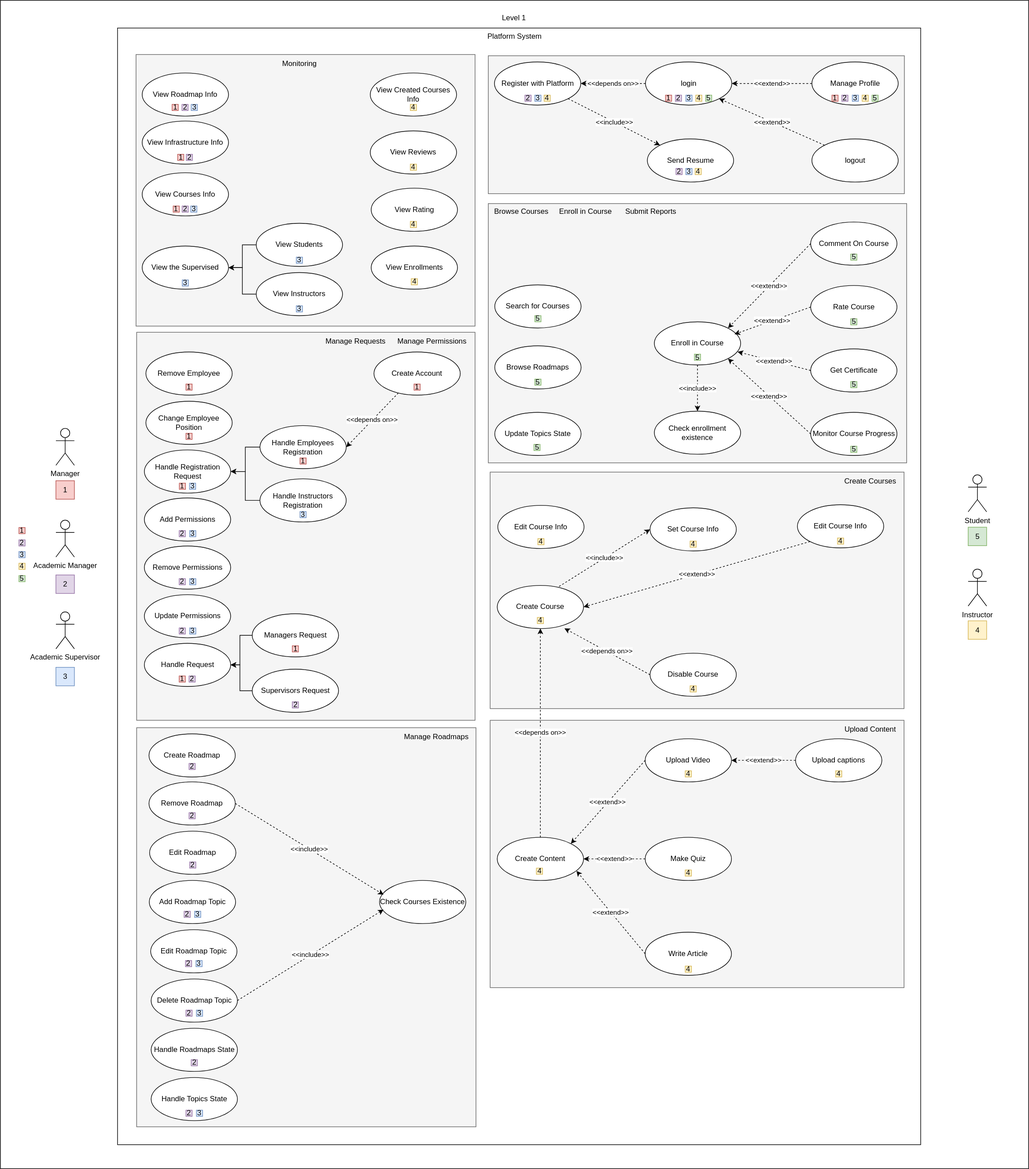
The draw.io diagram usecase1.drawio.svg in YAMANX8/UML, before a commit. Source tidied: cells renumbered, new cells last; positions are measured from the earlier drawing's top-left corner, leaving out a move shared by most shapes.
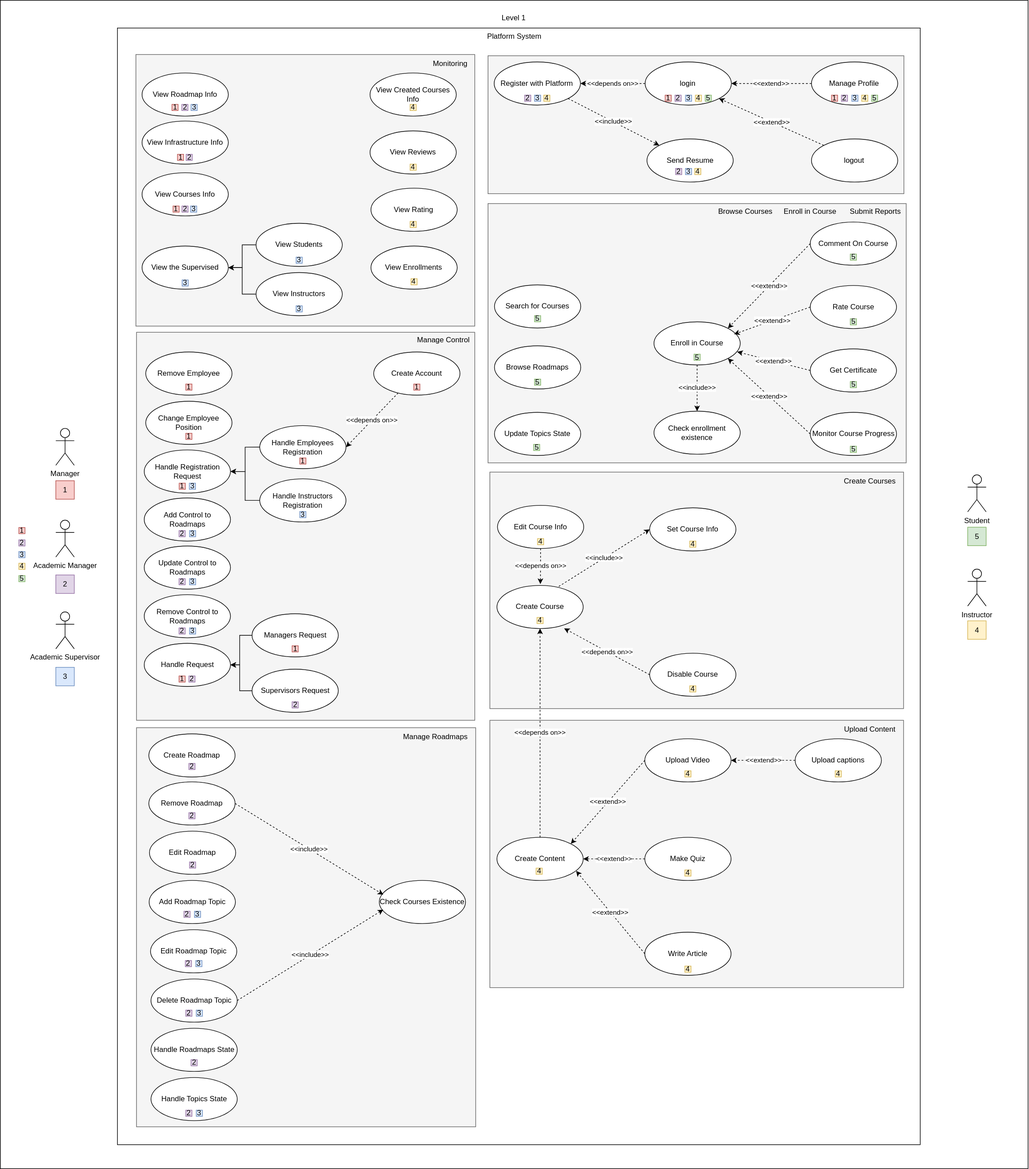
After the change.

Diff of the diagram source:
```diff
@@ -138,7 +138,7 @@
       <mxGeometry x="220" y="88" width="550" height="441" as="geometry" />
     </mxCell>
     <mxCell id="47" value="Monitoring" style="text;html=1;align=center;verticalAlign=middle;strokeColor=none;fillColor=none;" parent="1" vertex="1">
-      <mxGeometry x="445" y="88" width="80" height="30" as="geometry" />
+      <mxGeometry x="690" y="88" width="80" height="30" as="geometry" />
     </mxCell>
     <mxCell id="48" value="View Roadmap Info" style="ellipse;whiteSpace=wrap;html=1;" parent="1" vertex="1">
       <mxGeometry x="230" y="118" width="140" height="70" as="geometry" />
@@ -188,19 +188,16 @@
     <mxCell id="63" value="Change Employee Position" style="ellipse;whiteSpace=wrap;html=1;" parent="1" vertex="1">
       <mxGeometry x="236" y="651" width="140" height="70" as="geometry" />
     </mxCell>
-    <mxCell id="64" value="Manage Permissions" style="text;html=1;align=center;verticalAlign=middle;strokeColor=none;fillColor=none;" parent="1" vertex="1">
-      <mxGeometry x="630" y="539" width="140" height="30" as="geometry" />
-    </mxCell>
-    <mxCell id="65" value="Manage Requests" style="text;html=1;align=center;verticalAlign=middle;strokeColor=none;fillColor=none;" parent="1" vertex="1">
-      <mxGeometry x="516" y="539" width="120" height="30" as="geometry" />
+    <mxCell id="65" value="Manage Control" style="text;html=1;align=center;verticalAlign=middle;strokeColor=none;fillColor=none;" parent="1" vertex="1">
+      <mxGeometry x="667" y="539" width="103" height="26" as="geometry" />
     </mxCell>
-    <mxCell id="66" value="Add Permissions" style="ellipse;whiteSpace=wrap;html=1;" parent="1" vertex="1">
+    <mxCell id="66" value="Add Control to Roadmaps" style="ellipse;whiteSpace=wrap;html=1;" parent="1" vertex="1">
       <mxGeometry x="233.5" y="808" width="140" height="70" as="geometry" />
     </mxCell>
-    <mxCell id="67" value="Remove Permissions" style="ellipse;whiteSpace=wrap;html=1;" parent="1" vertex="1">
+    <mxCell id="67" value="Update Control to Roadmaps" style="ellipse;whiteSpace=wrap;html=1;" parent="1" vertex="1">
       <mxGeometry x="233.5" y="886" width="140" height="70" as="geometry" />
     </mxCell>
-    <mxCell id="68" value="Update Permissions" style="ellipse;whiteSpace=wrap;html=1;" parent="1" vertex="1">
+    <mxCell id="68" value="Remove Control to Roadmaps" style="ellipse;whiteSpace=wrap;html=1;" parent="1" vertex="1">
       <mxGeometry x="233.5" y="965" width="140" height="70" as="geometry" />
     </mxCell>
     <mxCell id="69" value="Handle Request" style="ellipse;whiteSpace=wrap;html=1;" parent="1" vertex="1">
@@ -387,13 +384,13 @@
       <mxGeometry width="678.8" height="421" as="geometry" />
     </mxCell>
     <mxCell id="130" value="Browse Courses" style="text;html=1;align=center;verticalAlign=middle;strokeColor=none;fillColor=none;" parent="128" vertex="1">
-      <mxGeometry width="106" height="26" as="geometry" />
+      <mxGeometry x="364.8" width="106" height="26" as="geometry" />
     </mxCell>
     <mxCell id="131" value="Enroll in Course" style="text;html=1;align=center;verticalAlign=middle;strokeColor=none;fillColor=none;" parent="128" vertex="1">
-      <mxGeometry x="106" width="103" height="26" as="geometry" />
+      <mxGeometry x="470.8" width="103" height="26" as="geometry" />
     </mxCell>
     <mxCell id="132" value="Submit Reports" style="text;html=1;align=center;verticalAlign=middle;strokeColor=none;fillColor=none;" parent="128" vertex="1">
-      <mxGeometry x="213" width="101" height="26" as="geometry" />
+      <mxGeometry x="577.8" width="101" height="26" as="geometry" />
     </mxCell>
     <mxCell id="133" style="group;" parent="128" vertex="1">
       <mxGeometry x="523" y="339" width="140" height="70" as="geometry" />
@@ -683,6 +680,11 @@
     <mxCell id="228" style="group;" parent="1" vertex="1">
       <mxGeometry x="806.9" y="820" width="140" height="70" as="geometry" />
     </mxCell>
+    <mxCell id="244" value="&amp;lt;&amp;lt;depends on&amp;gt;&amp;gt;" style="edgeStyle=orthogonalEdgeStyle;rounded=0;jettySize=auto;html=1;exitX=0.5;exitY=1;exitDx=0;exitDy=0;dashed=1;" parent="228" edge="1" source="229">
+      <mxGeometry relative="1" as="geometry">
+        <mxPoint x="69.6" y="127.7" as="targetPoint" />
+      </mxGeometry>
+    </mxCell>
     <mxCell id="229" value="Edit Course Info" style="ellipse;whiteSpace=wrap;html=1;" parent="228" vertex="1">
       <mxGeometry width="140" height="70" as="geometry" />
     </mxCell>
@@ -716,17 +718,5 @@
     <mxCell id="239" value="&amp;lt;&amp;lt;depends on&amp;gt;&amp;gt;" style="rounded=0;jettySize=auto;html=1;exitX=0.5;exitY=0;exitDx=0;exitDy=0;entryX=0.5;entryY=1;entryDx=0;entryDy=0;dashed=1;" parent="1" edge="1" source="181" target="235">
       <mxGeometry relative="1" as="geometry" />
     </mxCell>
-    <mxCell id="240" style="group;" parent="1" vertex="1">
-      <mxGeometry x="1293" y="819" width="140" height="70" as="geometry" />
-    </mxCell>
-    <mxCell id="241" value="Edit Course Info" style="ellipse;whiteSpace=wrap;html=1;" parent="240" vertex="1">
-      <mxGeometry width="140" height="70" as="geometry" />
-    </mxCell>
-    <mxCell id="242" value="4" style="whiteSpace=wrap;html=1;fillColor=#fff2cc;strokeColor=#d6b656;" parent="240" vertex="1">
-      <mxGeometry x="65" y="54" width="10" height="10" as="geometry" />
-    </mxCell>
-    <mxCell id="243" value="&amp;lt;&amp;lt;extend&amp;gt;&amp;gt;" style="rounded=0;jettySize=auto;html=1;exitX=0;exitY=1;exitDx=0;exitDy=0;entryX=1;entryY=0.5;entryDx=0;entryDy=0;dashed=1;" parent="1" edge="1" source="241" target="235">
-      <mxGeometry relative="1" as="geometry" />
-    </mxCell>
   </root>
 </mxGraphModel>
```
